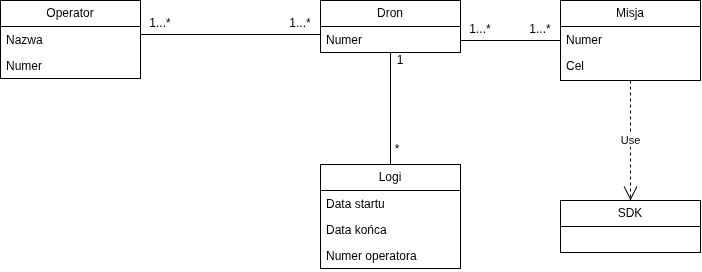
Before: docs/diagrams/class_diagram.png, a diagram exported from draw.io (FilipBaron/SDK_dron). Source tidied: cells renumbered, new cells last; positions are measured from the earlier drawing's top-left corner, leaving out a move shared by most shapes.
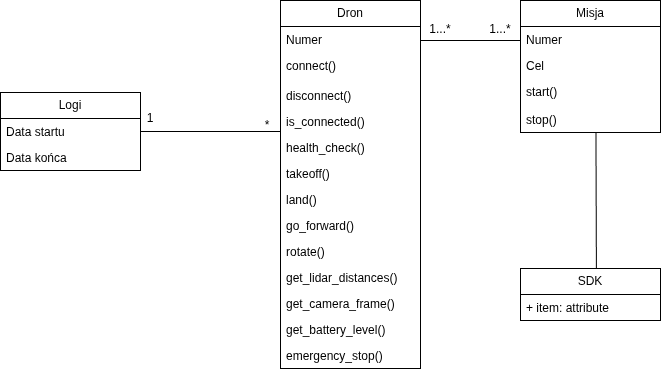
After the commit.

What changed in the source:
```diff
@@ -2,42 +2,66 @@
   <root>
     <mxCell id="0" />
     <mxCell id="1" parent="0" />
-    <mxCell id="2" value="Operator" style="swimlane;fontStyle=0;horizontal=1;startSize=26;fillColor=none;whiteSpace=wrap;html=1;" parent="1" vertex="1">
-      <mxGeometry width="140" height="78" as="geometry" />
-    </mxCell>
-    <mxCell id="3" value="Nazwa" style="text;strokeColor=none;fillColor=none;align=left;verticalAlign=top;spacingLeft=4;spacingRight=4;overflow=hidden;whiteSpace=wrap;html=1;" parent="2" vertex="1">
-      <mxGeometry y="26" width="140" height="26" as="geometry" />
-    </mxCell>
-    <mxCell id="4" value="Numer" style="text;strokeColor=none;fillColor=none;align=left;verticalAlign=top;spacingLeft=4;spacingRight=4;overflow=hidden;whiteSpace=wrap;html=1;" parent="2" vertex="1">
-      <mxGeometry y="52" width="140" height="26" as="geometry" />
-    </mxCell>
-    <mxCell id="5" style="line;strokeWidth=1;fillColor=none;align=left;verticalAlign=middle;spacingTop=-1;spacingLeft=3;spacingRight=3;labelPosition=right;strokeColor=inherit;labelPerimeter=1;" parent="1" vertex="1">
-      <mxGeometry x="140" y="30" width="180" height="8" as="geometry" />
-    </mxCell>
     <mxCell id="6" value="Dron" style="swimlane;fontStyle=0;horizontal=1;startSize=26;fillColor=none;whiteSpace=wrap;html=1;" parent="1" vertex="1">
-      <mxGeometry x="320" width="140" height="52" as="geometry" />
+      <mxGeometry x="320" width="140" height="368" as="geometry" />
     </mxCell>
-    <mxCell id="7" value="Numer" style="text;strokeColor=none;fillColor=none;align=left;verticalAlign=top;spacingLeft=4;spacingRight=4;overflow=hidden;whiteSpace=wrap;html=1;" parent="6" vertex="1">
-      <mxGeometry y="26" width="140" height="26" as="geometry" />
-    </mxCell>
-    <mxCell id="8" value="1...*" style="text;html=1;whiteSpace=wrap;strokeColor=none;fillColor=none;align=center;verticalAlign=middle;rounded=0;" parent="1" vertex="1">
-      <mxGeometry x="130" y="8" width="60" height="30" as="geometry" />
-    </mxCell>
-    <mxCell id="9" value="1...*" style="text;html=1;whiteSpace=wrap;strokeColor=none;fillColor=none;align=center;verticalAlign=middle;rounded=0;" parent="1" vertex="1">
-      <mxGeometry x="270" y="8" width="60" height="30" as="geometry" />
-    </mxCell>
+    <mxCell id="26" value="Numer" style="text;strokeColor=none;fillColor=none;align=left;verticalAlign=top;spacingLeft=4;spacingRight=4;overflow=hidden;whiteSpace=wrap;html=1;" parent="6" vertex="1">
+      <mxGeometry y="26" width="140" height="26" as="geometry" />
+    </mxCell>
+    <mxCell id="27" value="connect()" style="text;strokeColor=none;fillColor=none;align=left;verticalAlign=top;spacingLeft=4;spacingRight=4;overflow=hidden;whiteSpace=wrap;html=1;" parent="6" vertex="1">
+      <mxGeometry y="52" width="140" height="30" as="geometry" />
+    </mxCell>
+    <mxCell id="28" value="disconnect()" style="text;strokeColor=none;fillColor=none;align=left;verticalAlign=top;spacingLeft=4;spacingRight=4;overflow=hidden;whiteSpace=wrap;html=1;" parent="6" vertex="1">
+      <mxGeometry y="82" width="140" height="26" as="geometry" />
+    </mxCell>
+    <mxCell id="29" value="is_connected()" style="text;strokeColor=none;fillColor=none;align=left;verticalAlign=top;spacingLeft=4;spacingRight=4;overflow=hidden;whiteSpace=wrap;html=1;" parent="6" vertex="1">
+      <mxGeometry y="108" width="140" height="26" as="geometry" />
+    </mxCell>
+    <mxCell id="30" value="health_check()" style="text;strokeColor=none;fillColor=none;align=left;verticalAlign=top;spacingLeft=4;spacingRight=4;overflow=hidden;whiteSpace=wrap;html=1;" parent="6" vertex="1">
+      <mxGeometry y="134" width="140" height="26" as="geometry" />
+    </mxCell>
+    <mxCell id="31" value="takeoff()" style="text;strokeColor=none;fillColor=none;align=left;verticalAlign=top;spacingLeft=4;spacingRight=4;overflow=hidden;whiteSpace=wrap;html=1;" parent="6" vertex="1">
+      <mxGeometry y="160" width="140" height="26" as="geometry" />
+    </mxCell>
+    <mxCell id="32" value="land()" style="text;strokeColor=none;fillColor=none;align=left;verticalAlign=top;spacingLeft=4;spacingRight=4;overflow=hidden;whiteSpace=wrap;html=1;" parent="6" vertex="1">
+      <mxGeometry y="186" width="140" height="26" as="geometry" />
+    </mxCell>
+    <mxCell id="33" value="go_forward()" style="text;strokeColor=none;fillColor=none;align=left;verticalAlign=top;spacingLeft=4;spacingRight=4;overflow=hidden;whiteSpace=wrap;html=1;" parent="6" vertex="1">
+      <mxGeometry y="212" width="140" height="26" as="geometry" />
+    </mxCell>
+    <mxCell id="34" value="rotate()" style="text;strokeColor=none;fillColor=none;align=left;verticalAlign=top;spacingLeft=4;spacingRight=4;overflow=hidden;whiteSpace=wrap;html=1;" parent="6" vertex="1">
+      <mxGeometry y="238" width="140" height="26" as="geometry" />
+    </mxCell>
+    <mxCell id="35" value="get_lidar_distances()" style="text;strokeColor=none;fillColor=none;align=left;verticalAlign=top;spacingLeft=4;spacingRight=4;overflow=hidden;whiteSpace=wrap;html=1;" parent="6" vertex="1">
+      <mxGeometry y="264" width="140" height="26" as="geometry" />
+    </mxCell>
+    <mxCell id="36" value="get_camera_frame()" style="text;strokeColor=none;fillColor=none;align=left;verticalAlign=top;spacingLeft=4;spacingRight=4;overflow=hidden;whiteSpace=wrap;html=1;" parent="6" vertex="1">
+      <mxGeometry y="290" width="140" height="26" as="geometry" />
+    </mxCell>
+    <mxCell id="37" value="get_battery_level()" style="text;strokeColor=none;fillColor=none;align=left;verticalAlign=top;spacingLeft=4;spacingRight=4;overflow=hidden;whiteSpace=wrap;html=1;" parent="6" vertex="1">
+      <mxGeometry y="316" width="140" height="26" as="geometry" />
+    </mxCell>
+    <mxCell id="38" value="emergency_stop()" style="text;strokeColor=none;fillColor=none;align=left;verticalAlign=top;spacingLeft=4;spacingRight=4;overflow=hidden;whiteSpace=wrap;html=1;" parent="6" vertex="1">
+      <mxGeometry y="342" width="140" height="26" as="geometry" />
+    </mxCell>
     <mxCell id="10" value="Misja" style="swimlane;fontStyle=0;horizontal=1;startSize=26;fillColor=none;whiteSpace=wrap;html=1;" parent="1" vertex="1">
-      <mxGeometry x="560" width="140" height="80" as="geometry" />
+      <mxGeometry x="560" width="140" height="132" as="geometry" />
     </mxCell>
-    <mxCell id="11" value="Numer" style="text;strokeColor=none;fillColor=none;align=left;verticalAlign=top;spacingLeft=4;spacingRight=4;overflow=hidden;whiteSpace=wrap;html=1;" parent="10" vertex="1">
-      <mxGeometry y="26" width="140" height="26" as="geometry" />
-    </mxCell>
+    <mxCell id="39" value="Numer" style="text;strokeColor=none;fillColor=none;align=left;verticalAlign=top;spacingLeft=4;spacingRight=4;overflow=hidden;whiteSpace=wrap;html=1;" parent="10" vertex="1">
+      <mxGeometry y="26" width="140" height="26" as="geometry" />
+    </mxCell>
     <mxCell id="12" value="Cel" style="text;strokeColor=none;fillColor=none;align=left;verticalAlign=top;spacingLeft=4;spacingRight=4;overflow=hidden;whiteSpace=wrap;html=1;" parent="10" vertex="1">
       <mxGeometry y="52" width="140" height="26" as="geometry" />
     </mxCell>
-    <mxCell id="13" value="&lt;div&gt;&lt;br&gt;&lt;/div&gt;&lt;div&gt;&lt;br&gt;&lt;/div&gt;" style="text;strokeColor=none;fillColor=none;align=left;verticalAlign=top;spacingLeft=4;spacingRight=4;overflow=hidden;points=[[0,0.5],[1,0.5]];portConstraint=eastwest;whiteSpace=wrap;html=1;" parent="10" vertex="1">
-      <mxGeometry y="78" width="140" height="2" as="geometry" />
-    </mxCell>
+    <mxCell id="40" value="start()" style="text;strokeColor=none;fillColor=none;align=left;verticalAlign=top;spacingLeft=4;spacingRight=4;overflow=hidden;whiteSpace=wrap;html=1;" parent="10" vertex="1">
+      <mxGeometry y="78" width="140" height="26" as="geometry" />
+    </mxCell>
+    <mxCell id="41" value="&lt;div&gt;&lt;br&gt;&lt;/div&gt;&lt;div&gt;&lt;br&gt;&lt;/div&gt;" style="text;strokeColor=none;fillColor=none;align=left;verticalAlign=top;spacingLeft=4;spacingRight=4;overflow=hidden;whiteSpace=wrap;html=1;" parent="10" vertex="1">
+      <mxGeometry y="104" width="140" height="2" as="geometry" />
+    </mxCell>
+    <mxCell id="42" value="stop()" style="text;strokeColor=none;fillColor=none;align=left;verticalAlign=top;spacingLeft=4;spacingRight=4;overflow=hidden;points=[[0,0.5],[1,0.5]];portConstraint=eastwest;whiteSpace=wrap;html=1;" parent="10" vertex="1">
+      <mxGeometry y="106" width="140" height="26" as="geometry" />
+    </mxCell>
     <mxCell id="14" style="line;strokeWidth=1;fillColor=none;align=left;verticalAlign=middle;spacingTop=-1;spacingLeft=3;spacingRight=3;labelPosition=right;strokeColor=inherit;labelPerimeter=1;" parent="1" vertex="1">
       <mxGeometry x="460" y="36" width="100" height="8" as="geometry" />
     </mxCell>
@@ -47,11 +71,11 @@
     <mxCell id="16" value="1...*" style="text;html=1;whiteSpace=wrap;strokeColor=none;fillColor=none;align=center;verticalAlign=middle;rounded=0;" parent="1" vertex="1">
       <mxGeometry x="510" y="14" width="60" height="30" as="geometry" />
     </mxCell>
-    <mxCell id="17" style="line;strokeWidth=1;fillColor=none;align=left;verticalAlign=middle;spacingTop=-1;spacingLeft=3;spacingRight=3;labelPosition=right;strokeColor=inherit;labelPerimeter=1;direction=south;" parent="1" vertex="1">
-      <mxGeometry x="386" y="52" width="8" height="112" as="geometry" />
-    </mxCell>
+    <mxCell id="43" style="line;strokeWidth=1;fillColor=none;align=left;verticalAlign=middle;spacingTop=-1;spacingLeft=3;spacingRight=3;labelPosition=right;strokeColor=inherit;labelPerimeter=1;direction=east;" parent="1" vertex="1">
+      <mxGeometry x="180" y="75" width="140" height="112" as="geometry" />
+    </mxCell>
     <mxCell id="18" value="Logi" style="swimlane;fontStyle=0;horizontal=1;startSize=26;fillColor=none;whiteSpace=wrap;html=1;" parent="1" vertex="1">
-      <mxGeometry x="320" y="164" width="140" height="104" as="geometry" />
+      <mxGeometry x="40" y="92" width="140" height="78" as="geometry" />
     </mxCell>
     <mxCell id="19" value="Data startu" style="text;strokeColor=none;fillColor=none;align=left;verticalAlign=top;spacingLeft=4;spacingRight=4;overflow=hidden;whiteSpace=wrap;html=1;" parent="18" vertex="1">
       <mxGeometry y="26" width="140" height="26" as="geometry" />
@@ -59,22 +83,20 @@
     <mxCell id="20" value="Data końca" style="text;strokeColor=none;fillColor=none;align=left;verticalAlign=top;spacingLeft=4;spacingRight=4;overflow=hidden;whiteSpace=wrap;html=1;" parent="18" vertex="1">
       <mxGeometry y="52" width="140" height="26" as="geometry" />
     </mxCell>
-    <mxCell id="21" value="Numer operatora" style="text;strokeColor=none;fillColor=none;align=left;verticalAlign=top;spacingLeft=4;spacingRight=4;overflow=hidden;whiteSpace=wrap;html=1;" parent="18" vertex="1">
-      <mxGeometry y="78" width="140" height="26" as="geometry" />
-    </mxCell>
-    <mxCell id="22" value="Use" style="endArrow=open;endSize=12;dashed=1;html=1;rounded=0;defaultLabelBackgroundColor=page;exitX=0.5;exitY=1;exitDx=0;exitDy=0;exitPerimeter=0;" parent="1" edge="1" source="13">
-      <mxGeometry relative="1" as="geometry">
-        <mxPoint x="630" y="200" as="targetPoint" />
-      </mxGeometry>
-    </mxCell>
     <mxCell id="23" value="SDK" style="swimlane;fontStyle=0;horizontal=1;startSize=26;fillColor=none;whiteSpace=wrap;html=1;" parent="1" vertex="1">
-      <mxGeometry x="560" y="200" width="140" height="52" as="geometry" />
+      <mxGeometry x="560" y="268" width="140" height="52" as="geometry" />
     </mxCell>
+    <mxCell id="44" value="+ item: attribute" style="text;strokeColor=none;fillColor=none;align=left;verticalAlign=top;spacingLeft=4;spacingRight=4;overflow=hidden;whiteSpace=wrap;html=1;" parent="23" vertex="1">
+      <mxGeometry y="26" width="140" height="26" as="geometry" />
+    </mxCell>
     <mxCell id="24" value="1&lt;div&gt;&lt;br&gt;&lt;/div&gt;" style="text;html=1;whiteSpace=wrap;strokeColor=none;fillColor=none;align=center;verticalAlign=middle;rounded=0;" parent="1" vertex="1">
-      <mxGeometry x="330" y="52" width="140" height="30" as="geometry" />
+      <mxGeometry x="120" y="110" width="140" height="30" as="geometry" />
     </mxCell>
     <mxCell id="25" value="*" style="text;html=1;whiteSpace=wrap;strokeColor=none;fillColor=none;align=center;verticalAlign=middle;rounded=0;" parent="1" vertex="1">
-      <mxGeometry x="360" y="134" width="74" height="30" as="geometry" />
+      <mxGeometry x="270" y="110" width="74" height="30" as="geometry" />
     </mxCell>
+    <mxCell id="45" style="endArrow=none;html=1;rounded=0;defaultLabelBackgroundColor=page;entryX=0.539;entryY=1.011;entryDx=0;entryDy=0;entryPerimeter=0;exitX=0.542;exitY=0.005;exitDx=0;exitDy=0;exitPerimeter=0;" parent="1" edge="1" source="23" target="42">
+      <mxGeometry relative="1" as="geometry" />
+    </mxCell>
   </root>
 </mxGraphModel>
```
